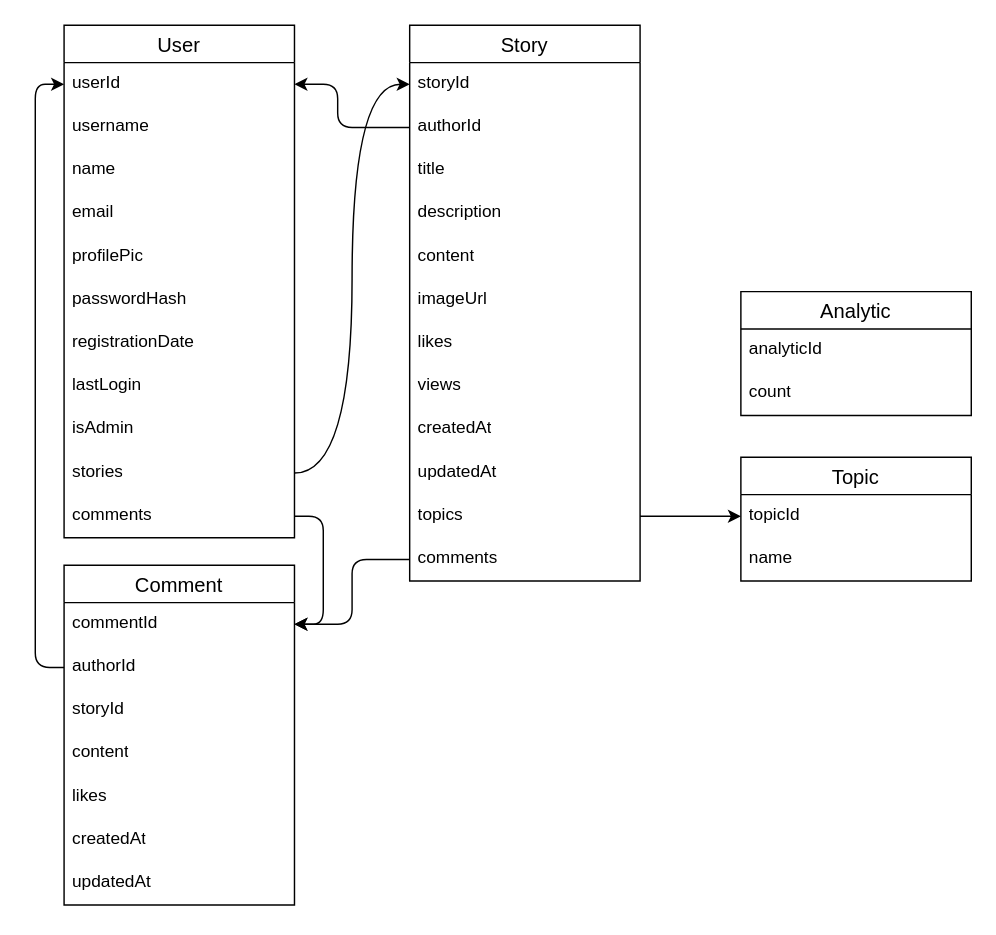
nhnquang11/dots-docs keeps this draw.io diagram as public/dots.drawio. Above is the earlier version. Source tidied: cells renumbered, new cells numbered last; positions are measured from the earlier drawing's top-left corner, leaving out a move shared by most shapes. Both pictures are drawn from the tidied source at 144%, with x=0, y=0 at pixel (63, 24).
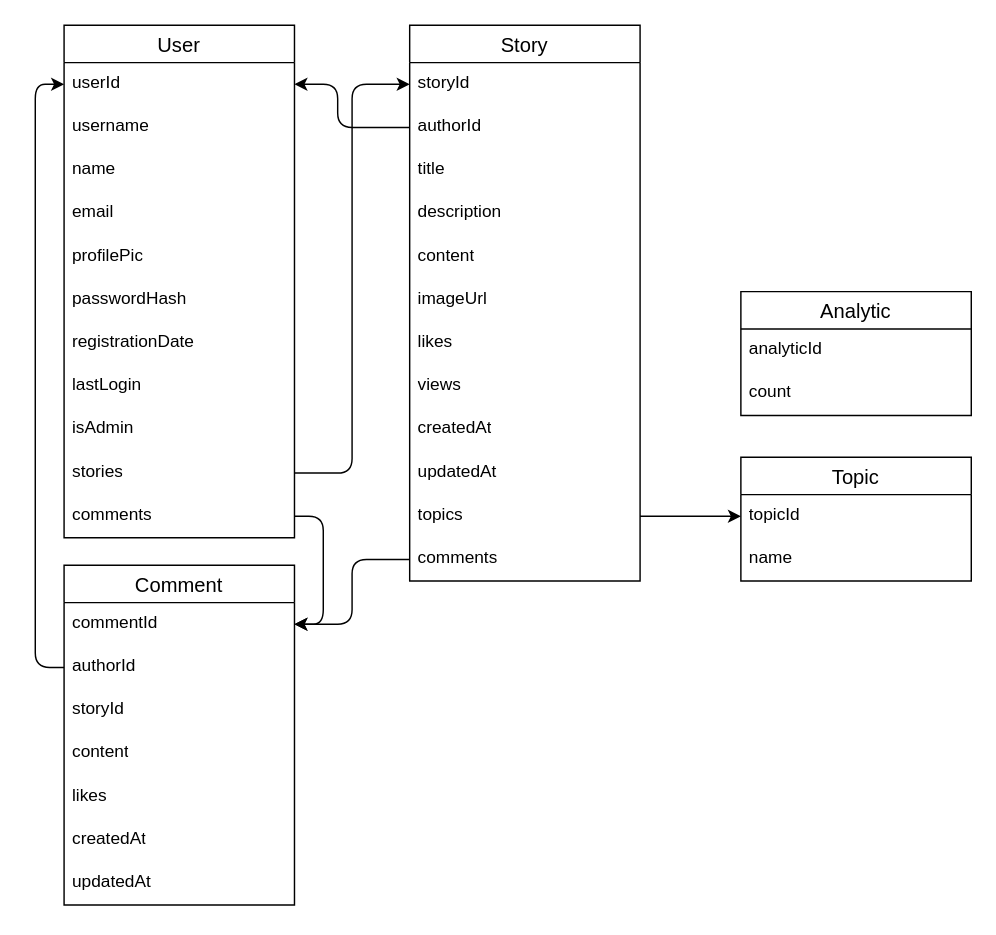
The same diagram, later.

Unchanged cells that the change refers to:
```xml
<mxCell id="12" value="stories" style="text;strokeColor=none;fillColor=none;spacingLeft=4;spacingRight=4;overflow=hidden;points=[[0,0.5],[1,0.5]];portConstraint=eastwest;fontSize=12;whiteSpace=wrap;html=1;" parent="2" vertex="1">
  <mxGeometry y="296" width="160" height="30" as="geometry" />
</mxCell>
<mxCell id="18" value="storyId" style="text;strokeColor=none;fillColor=none;spacingLeft=4;spacingRight=4;overflow=hidden;points=[[0,0.5],[1,0.5]];portConstraint=eastwest;fontSize=12;whiteSpace=wrap;html=1;" parent="17" vertex="1">
  <mxGeometry y="26" width="160" height="30" as="geometry" />
</mxCell>
```

Change to the diagram source:
```diff
@@
-    <mxCell id="42" style="edgeStyle=orthogonalEdgeStyle;rounded=0;jettySize=auto;html=1;exitX=1;exitY=0.5;exitDx=0;exitDy=0;entryX=0;entryY=0.5;entryDx=0;entryDy=0;curved=1;" parent="1" edge="1" source="12" target="18">
+    <mxCell id="42" style="edgeStyle=orthogonalEdgeStyle;rounded=1;jettySize=auto;html=1;exitX=1;exitY=0.5;exitDx=0;exitDy=0;entryX=0;entryY=0.5;entryDx=0;entryDy=0;curved=0;" parent="1" edge="1" source="12" target="18">
       <mxGeometry relative="1" as="geometry" />
     </mxCell>
```
